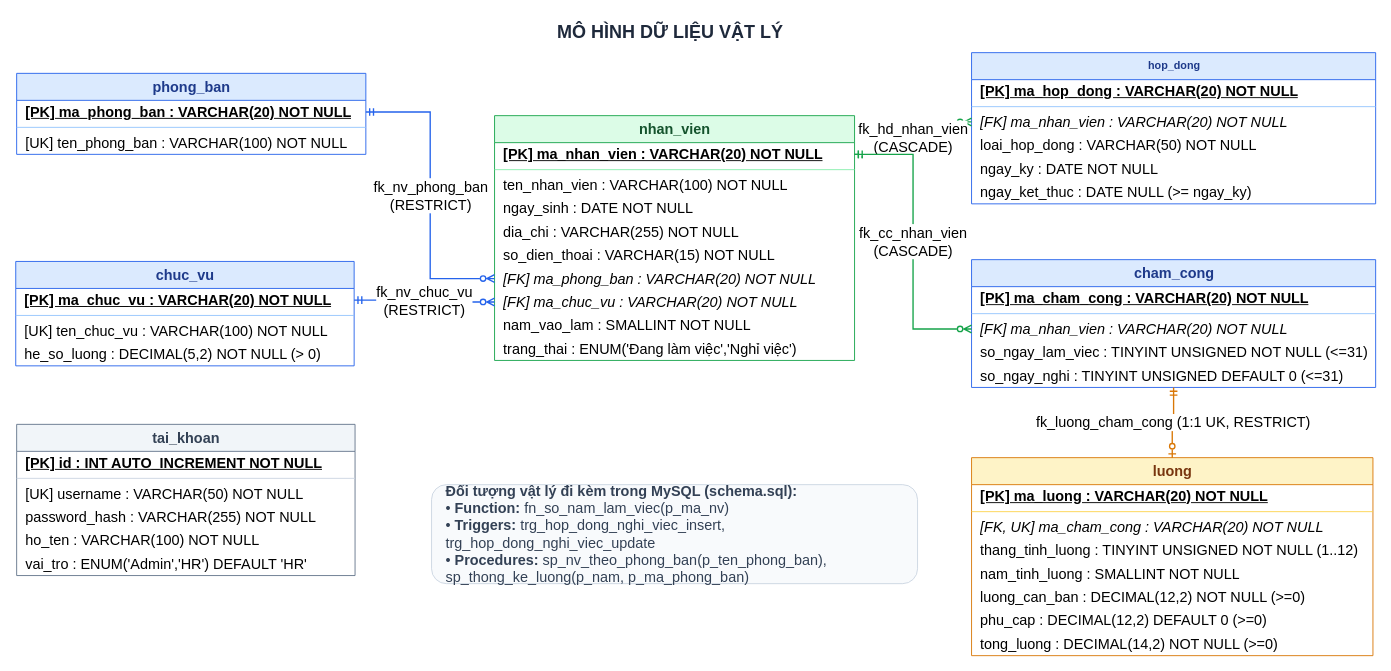
This is page "2. Mô hình Vật lý (PDM - MySQL 8)" (2 of 2) of docs/database-design.drawio from thaib2203736/human-resources-management, a draw.io file, before an edit. Source tidied: cells renumbered, new cells numbered last; positions are measured from the earlier drawing's top-left corner, leaving out a move shared by most shapes. Both pictures are drawn from the tidied source at 90%, with x=0, y=0 at pixel (15, 15).
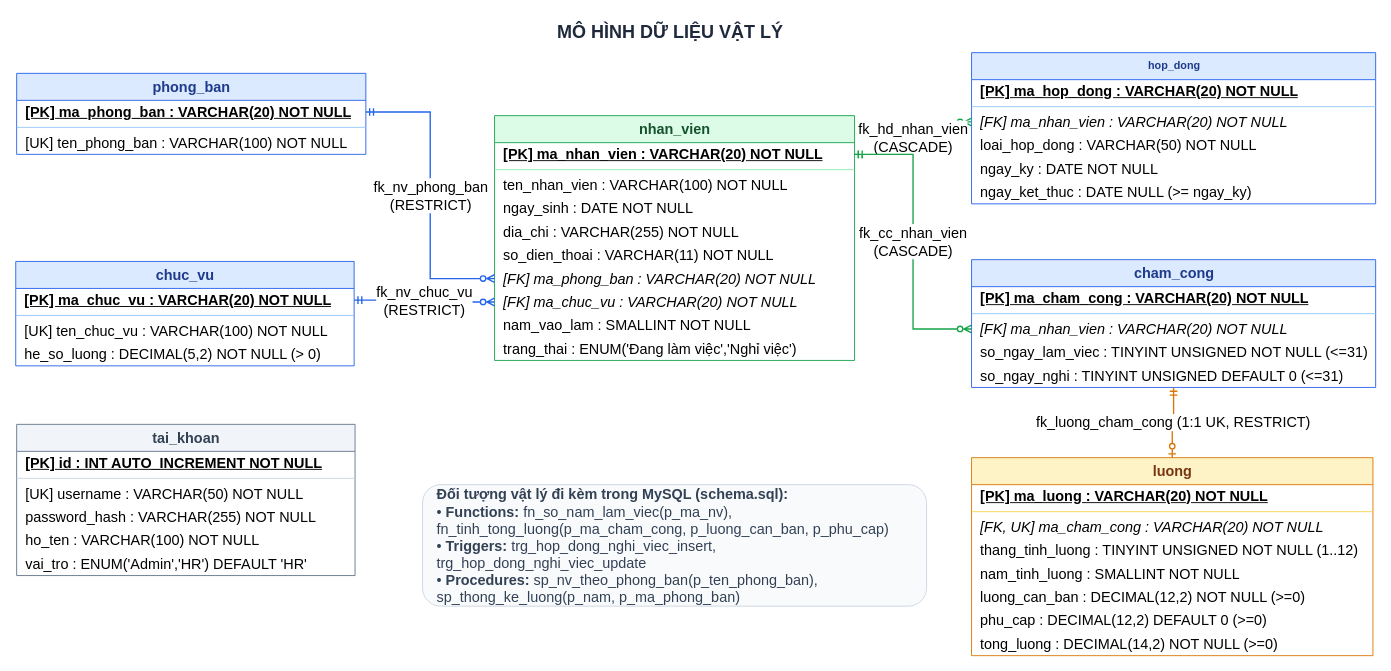
Above is the later version.

Unchanged cells that the change refers to:
```xml
<mxCell id="19" value="nhan_vien" style="swimlane;fontStyle=1;horizontal=1;startSize=30;fillColor=#DCFCE7;strokeColor=#16A34A;fontColor=#14532D;html=1;fontSize=16;" parent="1" vertex="1">
  <mxGeometry x="532" y="111" width="400" height="272" as="geometry" />
</mxCell>
```

Diff of the diagram source:
```diff
@@
-    <mxCell id="25" value="so_dien_thoai : VARCHAR(15) NOT NULL" style="text;strokeColor=none;fillColor=none;align=left;verticalAlign=middle;spacingLeft=8;spacingRight=8;overflow=hidden;fontSize=16;html=1;" parent="19" vertex="1">
+    <mxCell id="25" value="so_dien_thoai : VARCHAR(11) NOT NULL" style="text;strokeColor=none;fillColor=none;align=left;verticalAlign=middle;spacingLeft=8;spacingRight=8;overflow=hidden;fontSize=16;html=1;" parent="19" vertex="1">
       <mxGeometry y="142" width="400" height="26" as="geometry" />
     </mxCell>
@@
-    <mxCell id="52" value="&lt;b&gt;Đối tượng vật lý đi kèm trong MySQL (schema.sql):&lt;/b&gt;&lt;br&gt;• &lt;b&gt;Function:&lt;/b&gt; fn_so_nam_lam_viec(p_ma_nv)&lt;br&gt;• &lt;b&gt;Triggers:&lt;/b&gt; trg_hop_dong_nghi_viec_insert, trg_hop_dong_nghi_viec_update&lt;br&gt;• &lt;b&gt;Procedures:&lt;/b&gt; sp_nv_theo_phong_ban(p_ten_phong_ban), sp_thong_ke_luong(p_nam, p_ma_phong_ban)" style="rounded=1;whiteSpace=wrap;html=1;align=left;verticalAlign=middle;spacingLeft=14;fillColor=#F8FAFC;strokeColor=#CBD5E1;fontColor=#334155;fontSize=16;" parent="1" vertex="1">
-      <mxGeometry x="462" y="521" width="540" height="110" as="geometry" />
+    <mxCell id="52" value="&lt;b&gt;Đối tượng vật lý đi kèm trong MySQL (schema.sql):&lt;/b&gt;&lt;br&gt;• &lt;b&gt;Functions:&lt;/b&gt; fn_so_nam_lam_viec(p_ma_nv), fn_tinh_tong_luong(p_ma_cham_cong, p_luong_can_ban, p_phu_cap)&lt;br&gt;• &lt;b&gt;Triggers:&lt;/b&gt; trg_hop_dong_nghi_viec_insert, trg_hop_dong_nghi_viec_update&lt;br&gt;• &lt;b&gt;Procedures:&lt;/b&gt; sp_nv_theo_phong_ban(p_ten_phong_ban), sp_thong_ke_luong(p_nam, p_ma_phong_ban)" style="rounded=1;whiteSpace=wrap;html=1;align=left;verticalAlign=middle;spacingLeft=14;fillColor=#F8FAFC;strokeColor=#CBD5E1;fontColor=#334155;fontSize=16;" parent="1" vertex="1">
+      <mxGeometry x="452" y="521" width="560" height="135" as="geometry" />
     </mxCell>
```
